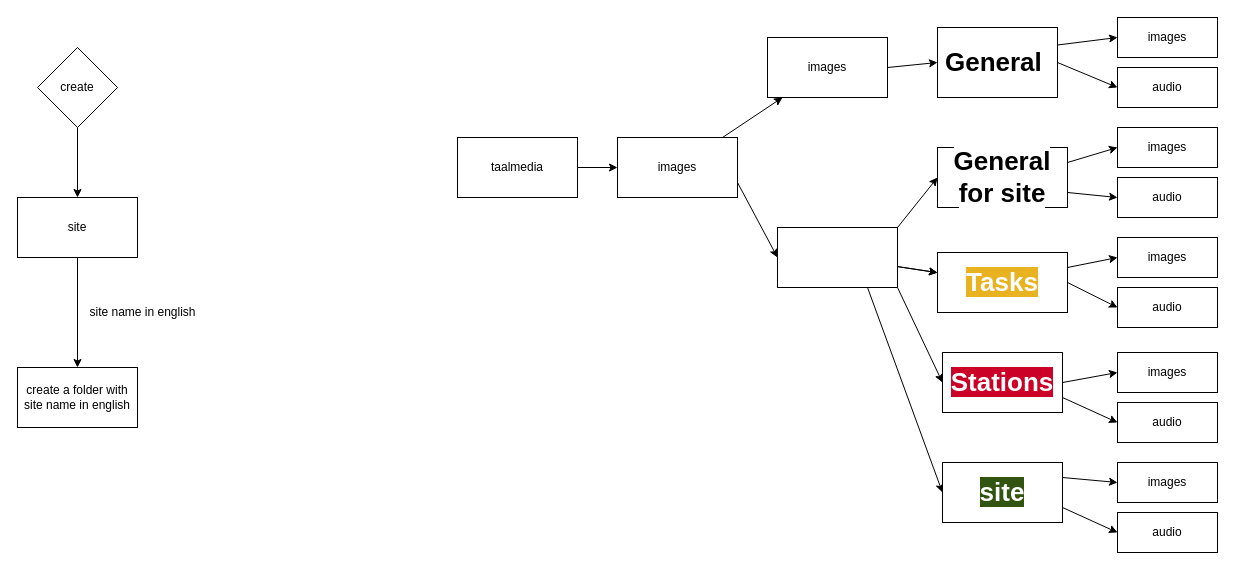
Above: src/Gallery.drawio in TAAL-Company/TAAL-Planner (draw.io), before the change. Source tidied: cells renumbered, new cells numbered last; positions are measured from the earlier drawing's top-left corner, leaving out a move shared by most shapes. Both pictures are drawn from the tidied source at 100%, with x=0, y=0 at pixel (17, 17).
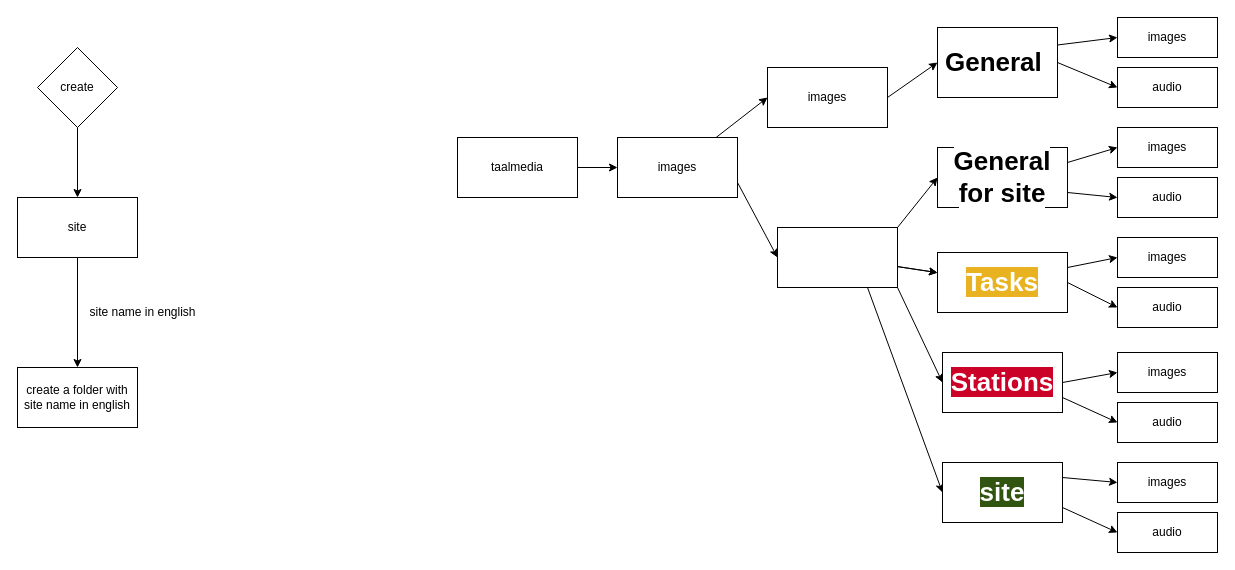
Above is the later version.

Unchanged cells that the change refers to:
```xml
<mxCell id="6" value="images" style="whiteSpace=wrap;html=1;" parent="1" vertex="1">
  <mxGeometry x="600" y="120" width="120" height="60" as="geometry" />
</mxCell>
```

Change to the diagram source:
```diff
@@
-    <mxCell id="4" style="edgeStyle=none;html=1;" parent="1" edge="1" source="6" target="10">
+    <mxCell id="4" style="edgeStyle=none;html=1;entryX=0;entryY=0.5;entryDx=0;entryDy=0;" parent="1" edge="1" source="6" target="10">
       <mxGeometry relative="1" as="geometry" />
     </mxCell>
@@
     <mxCell id="10" value="images" style="whiteSpace=wrap;html=1;" parent="1" vertex="1">
-      <mxGeometry x="750" y="20" width="120" height="60" as="geometry" />
+      <mxGeometry x="750" y="50" width="120" height="60" as="geometry" />
     </mxCell>
```
